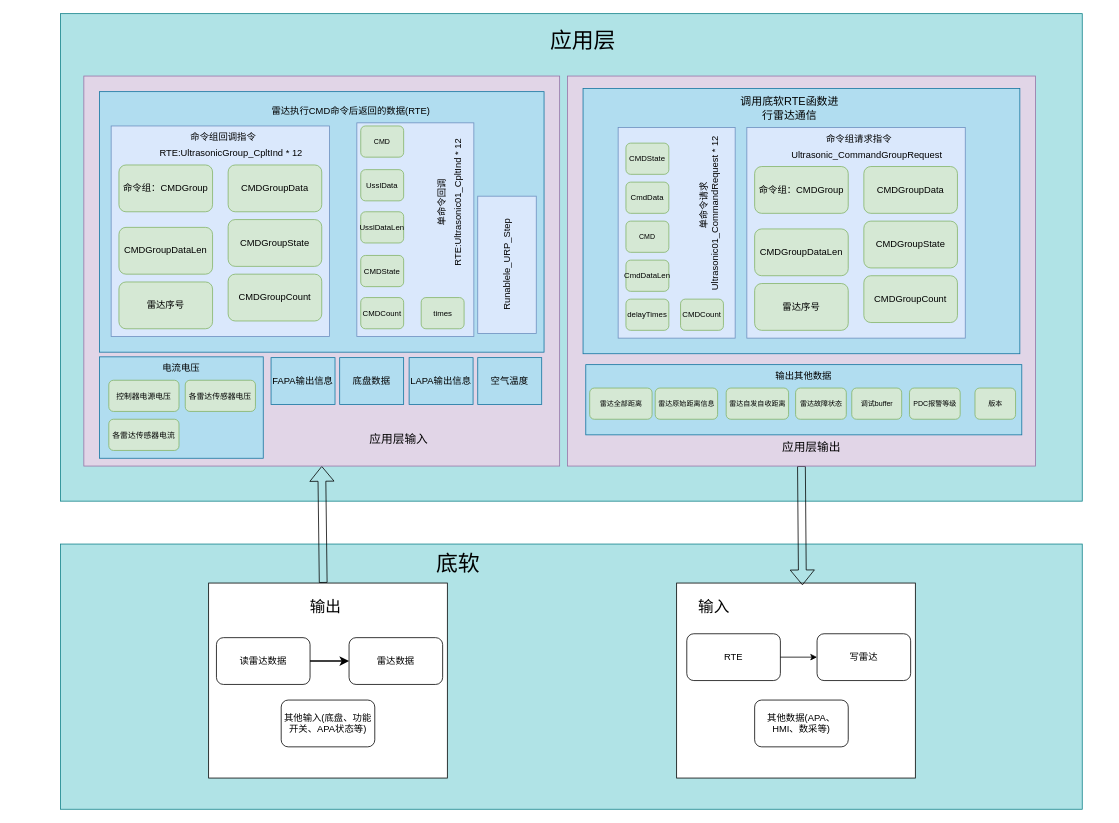
This is page "第 9 页" (6 of 6) of YDU2.0/YDU2.0算法架构.drawio from bugquella/diagrams, a draw.io file, before an edit. Source tidied: cells renumbered, new cells numbered last; positions are measured from the earlier drawing's top-left corner, leaving out a move shared by most shapes. Both pictures are drawn from the tidied source at 78%, with x=0, y=0 at pixel (60, 13).
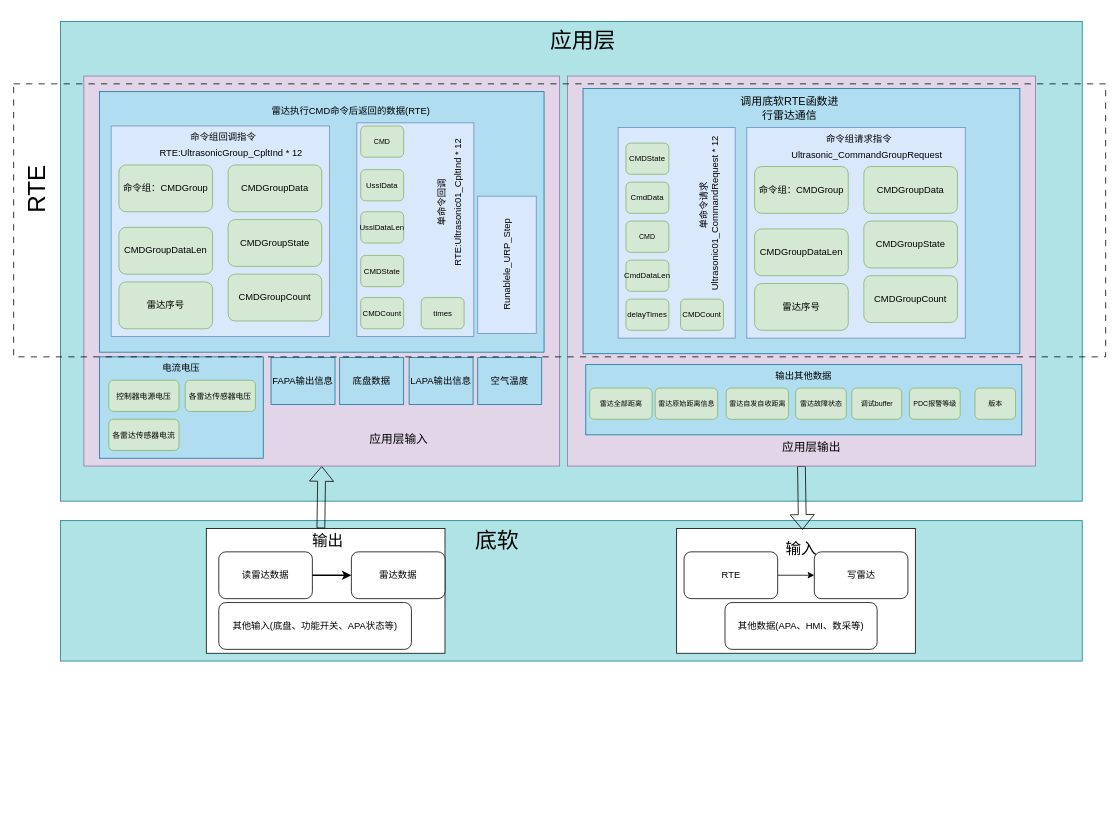
The same diagram, later.

Commit message (it also covers changes not shown here):
更新YDU2.0算法架构.drawio

What changed in the source:
```diff
@@
     <mxCell id="2" style="rounded=0;whiteSpace=wrap;html=1;fillColor=#b0e3e6;strokeColor=#0e8088;" parent="1" vertex="1">
-      <mxGeometry y="680" width="1310" height="340" as="geometry" />
+      <mxGeometry y="650" width="1310" height="180" as="geometry" />
     </mxCell>
     <mxCell id="3" style="rounded=0;whiteSpace=wrap;html=1;fillColor=#b0e3e6;strokeColor=#0e8088;" parent="1" vertex="1">
-      <mxGeometry width="1310" height="625" as="geometry" />
+      <mxGeometry y="10" width="1310" height="615" as="geometry" />
     </mxCell>
     <mxCell id="4" style="rounded=0;whiteSpace=wrap;html=1;" parent="1" vertex="1">
-      <mxGeometry x="190" y="730" width="306" height="250" as="geometry" />
+      <mxGeometry x="187" y="660" width="306" height="160" as="geometry" />
     </mxCell>
     <mxCell id="5" style="rounded=0;whiteSpace=wrap;html=1;" parent="1" vertex="1">
-      <mxGeometry x="790" y="730" width="306" height="250" as="geometry" />
+      <mxGeometry x="790" y="660" width="306" height="160" as="geometry" />
     </mxCell>
     <mxCell id="6" value="RTE" style="rounded=1;whiteSpace=wrap;html=1;" parent="1" vertex="1">
-      <mxGeometry x="803" y="795" width="120" height="60" as="geometry" />
+      <mxGeometry x="799.5" y="690" width="120" height="60" as="geometry" />
     </mxCell>
     <mxCell id="7" value="写雷达" style="rounded=1;whiteSpace=wrap;html=1;" parent="1" vertex="1">
-      <mxGeometry x="970" y="795" width="120" height="60" as="geometry" />
+      <mxGeometry x="966.5" y="690" width="120" height="60" as="geometry" />
     </mxCell>
     <mxCell id="8" value="其他数据(APA、HMI、数采等)" style="rounded=1;whiteSpace=wrap;html=1;" parent="1" vertex="1">
-      <mxGeometry x="890" y="880" width="120" height="60" as="geometry" />
+      <mxGeometry x="852" y="755" width="195" height="60" as="geometry" />
     </mxCell>
     <mxCell id="9" value="雷达数据" style="rounded=1;whiteSpace=wrap;html=1;" parent="1" vertex="1">
-      <mxGeometry x="370" y="800" width="120" height="60" as="geometry" />
+      <mxGeometry x="373" y="690" width="120" height="60" as="geometry" />
     </mxCell>
     <mxCell id="10" value="其他输入(底盘、功能开关、APA状态等)" style="rounded=1;whiteSpace=wrap;html=1;" parent="1" vertex="1">
-      <mxGeometry x="283" y="880" width="120" height="60" as="geometry" />
+      <mxGeometry x="203" y="755" width="247" height="60" as="geometry" />
     </mxCell>
     <mxCell id="11" value="读雷达数据" style="rounded=1;whiteSpace=wrap;html=1;" parent="1" vertex="1">
-      <mxGeometry x="200" y="800" width="120" height="60" as="geometry" />
+      <mxGeometry x="203" y="690" width="120" height="60" as="geometry" />
     </mxCell>
     <mxCell id="12" value="底软" style="text;html=1;strokeColor=none;fillColor=none;align=center;verticalAlign=middle;whiteSpace=wrap;rounded=0;fontSize=28;" parent="1" vertex="1">
-      <mxGeometry x="480" y="690" width="60" height="30" as="geometry" />
+      <mxGeometry x="530" y="660" width="60" height="30" as="geometry" />
     </mxCell>
@@
     <mxCell id="15" value="输出" style="text;html=1;strokeColor=none;fillColor=none;align=center;verticalAlign=middle;whiteSpace=wrap;rounded=0;fontSize=20;" parent="1" vertex="1">
-      <mxGeometry x="310" y="745" width="60" height="30" as="geometry" />
+      <mxGeometry x="313" y="660" width="60" height="30" as="geometry" />
     </mxCell>
     <mxCell id="16" value="输入" style="text;html=1;strokeColor=none;fillColor=none;align=center;verticalAlign=middle;whiteSpace=wrap;rounded=0;fontSize=20;" parent="1" vertex="1">
-      <mxGeometry x="808" y="745" width="60" height="30" as="geometry" />
+      <mxGeometry x="919.5" y="670" width="60" height="30" as="geometry" />
     </mxCell>
@@
+    <mxCell id="86" style="group;" parent="1" vertex="1">
+      <mxGeometry x="30" y="80" width="1260" height="500" as="geometry" />
+    </mxCell>
-    <mxCell id="20" style="group;" parent="1" vertex="1">
-      <mxGeometry x="30" y="80" width="610" height="500" as="geometry" />
+    <mxCell id="20" style="group;" parent="86" vertex="1">
+      <mxGeometry width="1260" height="500" as="geometry" />
     </mxCell>
@@
-    <mxCell id="53" style="rounded=0;whiteSpace=wrap;html=1;fillColor=#e1d5e7;strokeColor=#9673a6;" parent="1" vertex="1">
-      <mxGeometry x="650" y="80" width="600" height="500" as="geometry" />
+    <mxCell id="53" style="rounded=0;whiteSpace=wrap;html=1;fillColor=#e1d5e7;strokeColor=#9673a6;" parent="86" vertex="1">
+      <mxGeometry x="620" width="600" height="500" as="geometry" />
     </mxCell>
-    <mxCell id="54" value="&lt;font style=&quot;font-size: 15px;&quot;&gt;应用层输出&lt;/font&gt;" style="text;html=1;strokeColor=none;fillColor=none;align=center;verticalAlign=middle;whiteSpace=wrap;rounded=0;" parent="1" vertex="1">
-      <mxGeometry x="923" y="540" width="80" height="30" as="geometry" />
+    <mxCell id="54" value="&lt;font style=&quot;font-size: 15px;&quot;&gt;应用层输出&lt;/font&gt;" style="text;html=1;strokeColor=none;fillColor=none;align=center;verticalAlign=middle;whiteSpace=wrap;rounded=0;" parent="86" vertex="1">
+      <mxGeometry x="893" y="460" width="80" height="30" as="geometry" />
     </mxCell>
-    <mxCell id="55" style="group;" parent="1" vertex="1">
-      <mxGeometry x="673.5" y="450" width="559" height="90" as="geometry" />
+    <mxCell id="55" style="group;" parent="86" vertex="1">
+      <mxGeometry x="643.5" y="370" width="559" height="90" as="geometry" />
     </mxCell>
@@
-    <mxCell id="65" style="group;" parent="1" vertex="1">
-      <mxGeometry x="670" y="96" width="560" height="340" as="geometry" />
+    <mxCell id="65" style="group;" parent="86" vertex="1">
+      <mxGeometry x="640" y="16" width="560" height="340" as="geometry" />
     </mxCell>
@@
+    <mxCell id="87" style="rounded=0;whiteSpace=wrap;html=1;dashed=1;dashPattern=8 8;fillColor=none;" parent="1" vertex="1">
+      <mxGeometry x="-60" y="90" width="1400" height="350" as="geometry" />
+    </mxCell>
+    <mxCell id="88" value="RTE" style="text;html=1;strokeColor=none;fillColor=none;align=center;verticalAlign=middle;whiteSpace=wrap;rounded=0;horizontal=0;fontSize=31;" parent="1" vertex="1">
+      <mxGeometry x="-60" y="210" width="60" height="30" as="geometry" />
+    </mxCell>
```
